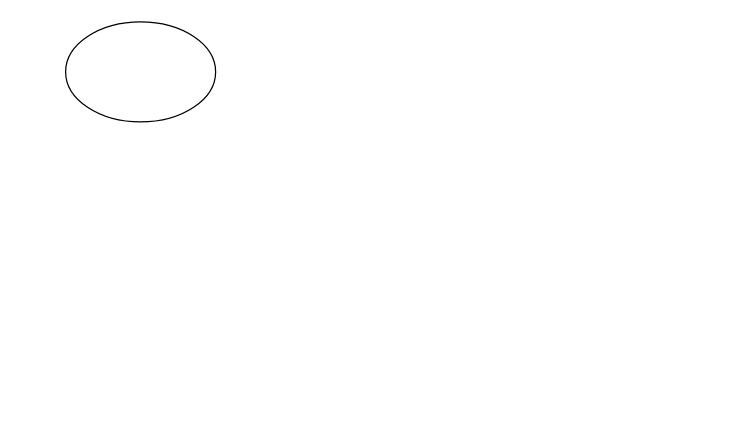
The draw.io diagram Flowchart/printf Flowchart.drawio in F1R3BLAZ3/printf, before the edit. Source tidied: cells renumbered, new cells numbered last; positions are measured from the earlier drawing's top-left corner, leaving out a move shared by most shapes. Both pictures are drawn from the tidied source at 125%, with x=0, y=0 at pixel (65, 21).
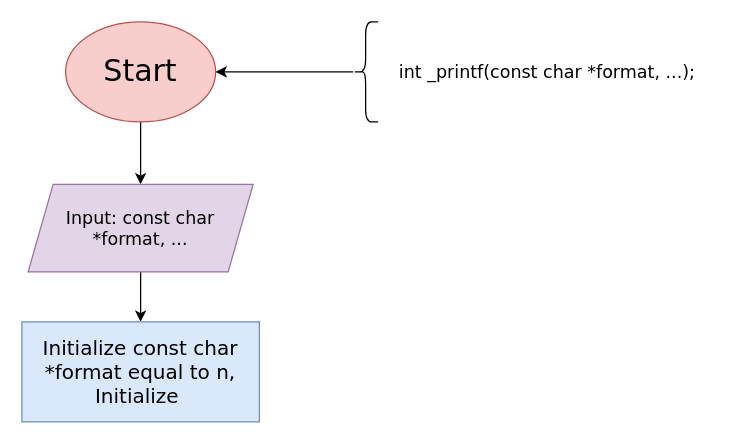
Above is the later version.

What changed in the source:
```diff
@@
 <mxGraphModel>
   <root>
     <mxCell id="0" />
     <mxCell id="1" parent="0" />
+    <mxCell id="3" style="edgeStyle=orthogonalEdgeStyle;rounded=0;jettySize=auto;html=1;" parent="1" edge="1" source="2" target="8">
+      <mxGeometry relative="1" as="geometry" />
+    </mxCell>
-    <mxCell id="2" style="ellipse;whiteSpace=wrap;html=1;" parent="1" vertex="1">
+    <mxCell id="2" value="&lt;font style=&quot;font-size: 24px;&quot; face=&quot;Verdana&quot;&gt;Start&lt;/font&gt;" style="ellipse;whiteSpace=wrap;html=1;fillColor=#f8cecc;strokeColor=#b85450;" parent="1" vertex="1">
       <mxGeometry width="120" height="80" as="geometry" />
     </mxCell>
+    <mxCell id="4" style="edgeStyle=orthogonalEdgeStyle;rounded=0;jettySize=auto;html=1;" parent="1" edge="1" source="5" target="2">
+      <mxGeometry relative="1" as="geometry" />
+    </mxCell>
+    <mxCell id="5" style="shape=curlyBracket;whiteSpace=wrap;html=1;rounded=1;labelPosition=left;verticalLabelPosition=middle;align=right;verticalAlign=middle;" parent="1" vertex="1">
+      <mxGeometry x="230" width="20" height="80" as="geometry" />
+    </mxCell>
+    <mxCell id="6" value="&lt;font style=&quot;font-size: 14px;&quot; face=&quot;Verdana&quot;&gt;int _printf(const char *format, ...);&lt;/font&gt;" style="text;html=1;align=center;verticalAlign=middle;strokeColor=none;fillColor=none;" parent="1" vertex="1">
+      <mxGeometry x="250" y="25" width="270" height="30" as="geometry" />
+    </mxCell>
+    <mxCell id="7" style="edgeStyle=orthogonalEdgeStyle;rounded=0;jettySize=auto;html=1;" parent="1" edge="1" source="8" target="9">
+      <mxGeometry relative="1" as="geometry" />
+    </mxCell>
+    <mxCell id="8" value="&lt;font style=&quot;font-size: 14px;&quot; face=&quot;Verdana&quot;&gt;Input:&amp;nbsp;const char *format, ...&lt;/font&gt;" style="shape=parallelogram;perimeter=parallelogramPerimeter;whiteSpace=wrap;html=1;fixedSize=1;fillColor=#e1d5e7;strokeColor=#9673a6;" parent="1" vertex="1">
+      <mxGeometry x="-30" y="130" width="180" height="70" as="geometry" />
+    </mxCell>
+    <mxCell id="9" value="&lt;font size=&quot;3&quot; face=&quot;Verdana&quot;&gt;Initialize const char *format equal to n,&lt;br&gt;Initialize&amp;nbsp;&lt;br&gt;&lt;/font&gt;" style="rounded=0;whiteSpace=wrap;html=1;fillColor=#dae8fc;strokeColor=#6c8ebf;" parent="1" vertex="1">
+      <mxGeometry x="-35" y="240" width="190" height="80" as="geometry" />
+    </mxCell>
   </root>
 </mxGraphModel>
```
